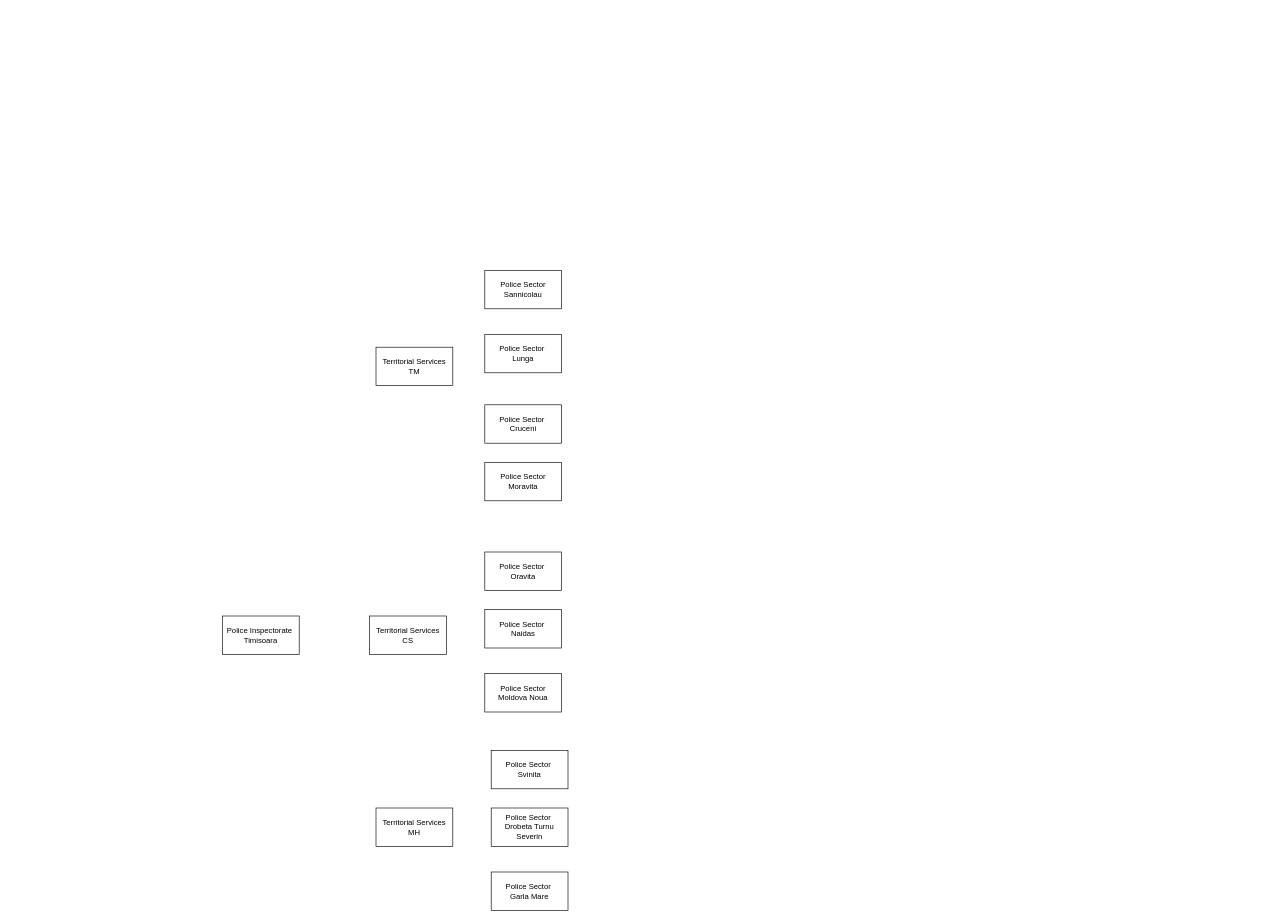
Earlier version of the draw.io diagram for_exam.drawio (andromeda1991/first_db_project). Source tidied: cells renumbered, new cells numbered last; positions are measured from the earlier drawing's top-left corner, leaving out a move shared by most shapes. Both pictures are drawn from the tidied source at 64%, with x=0, y=0 at pixel (222, 270).
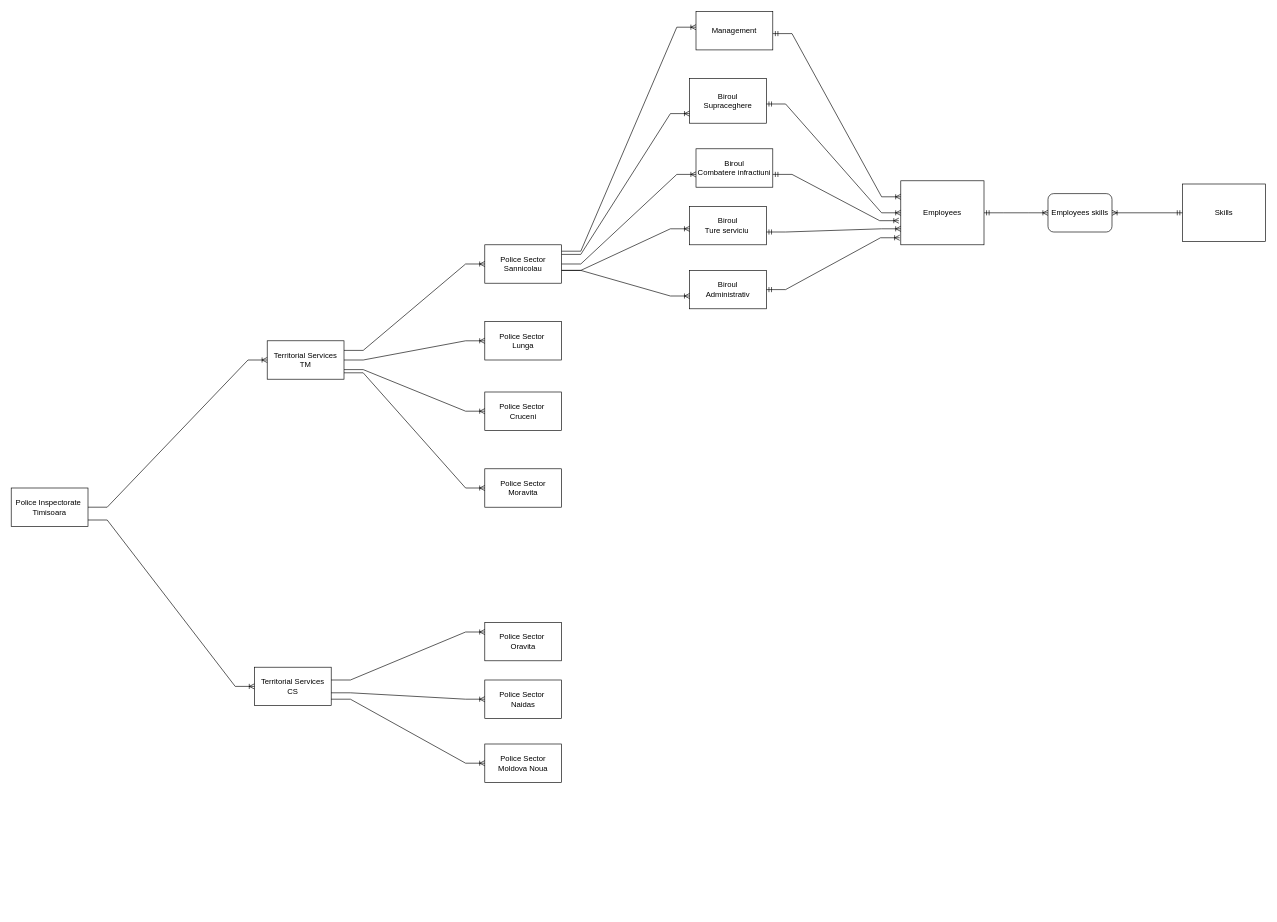
The same diagram, later.

Diff of the diagram source:
```diff
@@
     <mxCell id="2" value="Police Inspectorate&amp;nbsp;&lt;div&gt;Timisoara&lt;/div&gt;" style="rounded=0;whiteSpace=wrap;html=1;" parent="1" vertex="1">
-      <mxGeometry y="540" width="120" height="60" as="geometry" />
+      <mxGeometry x="-330" y="340" width="120" height="60" as="geometry" />
     </mxCell>
     <mxCell id="3" value="Territorial Services&lt;div&gt;&lt;span style=&quot;background-color: transparent; color: light-dark(rgb(0, 0, 0), rgb(255, 255, 255));&quot;&gt;TM&lt;/span&gt;&lt;/div&gt;" style="rounded=0;whiteSpace=wrap;html=1;" parent="1" vertex="1">
-      <mxGeometry x="240" y="120" width="120" height="60" as="geometry" />
+      <mxGeometry x="70" y="110" width="120" height="60" as="geometry" />
     </mxCell>
     <mxCell id="4" value="Territorial Services&lt;div&gt;CS&lt;/div&gt;" style="rounded=0;whiteSpace=wrap;html=1;" parent="1" vertex="1">
-      <mxGeometry x="230" y="540" width="120" height="60" as="geometry" />
+      <mxGeometry x="50" y="620" width="120" height="60" as="geometry" />
     </mxCell>
-    <mxCell id="5" value="Territorial Services&lt;div&gt;MH&lt;/div&gt;" style="rounded=0;whiteSpace=wrap;html=1;" parent="1" vertex="1">
-      <mxGeometry x="240" y="840" width="120" height="60" as="geometry" />
-    </mxCell>
     <mxCell id="6" value="Police Sector Sannicolau" style="rounded=0;whiteSpace=wrap;html=1;" parent="1" vertex="1">
-      <mxGeometry x="410" width="120" height="60" as="geometry" />
+      <mxGeometry x="410" y="-40" width="120" height="60" as="geometry" />
     </mxCell>
     <mxCell id="7" value="Police Sector&amp;nbsp;&lt;div&gt;Lunga&lt;/div&gt;" style="rounded=0;whiteSpace=wrap;html=1;" parent="1" vertex="1">
-      <mxGeometry x="410" y="100" width="120" height="60" as="geometry" />
+      <mxGeometry x="410" y="80" width="120" height="60" as="geometry" />
     </mxCell>
     <mxCell id="8" value="Police Sector Moravita" style="rounded=0;whiteSpace=wrap;html=1;" parent="1" vertex="1">
-      <mxGeometry x="410" y="300" width="120" height="60" as="geometry" />
+      <mxGeometry x="410" y="310" width="120" height="60" as="geometry" />
     </mxCell>
     <mxCell id="9" value="Police Sector&amp;nbsp;&lt;div&gt;Cruceni&lt;/div&gt;" style="rounded=0;whiteSpace=wrap;html=1;" parent="1" vertex="1">
-      <mxGeometry x="410" y="210" width="120" height="60" as="geometry" />
+      <mxGeometry x="410" y="190" width="120" height="60" as="geometry" />
     </mxCell>
     <mxCell id="10" value="Police Sector&amp;nbsp;&lt;div&gt;Oravita&lt;/div&gt;" style="rounded=0;whiteSpace=wrap;html=1;" parent="1" vertex="1">
-      <mxGeometry x="410" y="440" width="120" height="60" as="geometry" />
+      <mxGeometry x="410" y="550" width="120" height="60" as="geometry" />
     </mxCell>
     <mxCell id="11" value="Police Sector Moldova Noua" style="rounded=0;whiteSpace=wrap;html=1;" parent="1" vertex="1">
-      <mxGeometry x="410" y="630" width="120" height="60" as="geometry" />
+      <mxGeometry x="410" y="740" width="120" height="60" as="geometry" />
     </mxCell>
     <mxCell id="12" value="Police Sector&amp;nbsp;&lt;div&gt;Naidas&lt;/div&gt;" style="rounded=0;whiteSpace=wrap;html=1;" parent="1" vertex="1">
-      <mxGeometry x="410" y="530" width="120" height="60" as="geometry" />
+      <mxGeometry x="410" y="640" width="120" height="60" as="geometry" />
     </mxCell>
-    <mxCell id="13" value="Police Sector&amp;nbsp;&lt;div&gt;Svinita&lt;/div&gt;" style="rounded=0;whiteSpace=wrap;html=1;" parent="1" vertex="1">
-      <mxGeometry x="420" y="750" width="120" height="60" as="geometry" />
-    </mxCell>
-    <mxCell id="14" value="Police Sector&amp;nbsp;&lt;div&gt;Garla Mare&lt;/div&gt;" style="rounded=0;whiteSpace=wrap;html=1;" parent="1" vertex="1">
-      <mxGeometry x="420" y="940" width="120" height="60" as="geometry" />
-    </mxCell>
-    <mxCell id="15" value="Police Sector&amp;nbsp;&lt;div&gt;Drobeta Turnu Severin&lt;/div&gt;" style="rounded=0;whiteSpace=wrap;html=1;" parent="1" vertex="1">
-      <mxGeometry x="420" y="840" width="120" height="60" as="geometry" />
-    </mxCell>
+    <mxCell id="16" value="Management" style="rounded=0;whiteSpace=wrap;html=1;" parent="1" vertex="1">
+      <mxGeometry x="740" y="-404.5" width="120" height="60" as="geometry" />
+    </mxCell>
+    <mxCell id="17" value="Biroul&lt;div&gt;Supraceghere&lt;/div&gt;" style="rounded=0;whiteSpace=wrap;html=1;" parent="1" vertex="1">
+      <mxGeometry x="730" y="-300" width="120" height="70" as="geometry" />
+    </mxCell>
+    <mxCell id="18" value="Biroul&lt;div&gt;Combatere infractiuni&lt;/div&gt;" style="rounded=0;whiteSpace=wrap;html=1;" parent="1" vertex="1">
+      <mxGeometry x="740" y="-190" width="120" height="60" as="geometry" />
+    </mxCell>
+    <mxCell id="19" value="Biroul&lt;div&gt;Ture serviciu&amp;nbsp;&lt;/div&gt;" style="rounded=0;whiteSpace=wrap;html=1;" parent="1" vertex="1">
+      <mxGeometry x="730" y="-100" width="120" height="60" as="geometry" />
+    </mxCell>
+    <mxCell id="20" value="Biroul&lt;div&gt;Administrativ&lt;/div&gt;" style="rounded=0;whiteSpace=wrap;html=1;" parent="1" vertex="1">
+      <mxGeometry x="730" width="120" height="60" as="geometry" />
+    </mxCell>
+    <mxCell id="21" value="Employees" style="rounded=0;whiteSpace=wrap;html=1;" parent="1" vertex="1">
+      <mxGeometry x="1060" y="-140" width="130" height="100" as="geometry" />
+    </mxCell>
+    <mxCell id="22" value="Skills" style="rounded=0;whiteSpace=wrap;html=1;" parent="1" vertex="1">
+      <mxGeometry x="1500" y="-135" width="130" height="90" as="geometry" />
+    </mxCell>
+    <mxCell id="23" style="edgeStyle=entityRelationEdgeStyle;fontSize=12;html=1;endArrow=ERoneToMany;rounded=0;entryX=0;entryY=0.5;entryDx=0;entryDy=0;" parent="1" edge="1" target="3">
+      <mxGeometry relative="1" as="geometry">
+        <mxPoint x="-210" y="370" as="sourcePoint" />
+      </mxGeometry>
+    </mxCell>
+    <mxCell id="24" style="edgeStyle=entityRelationEdgeStyle;fontSize=12;html=1;endArrow=ERoneToMany;rounded=0;entryX=0;entryY=0.5;entryDx=0;entryDy=0;" parent="1" edge="1" target="4">
+      <mxGeometry relative="1" as="geometry">
+        <mxPoint x="-210" y="390" as="sourcePoint" />
+      </mxGeometry>
+    </mxCell>
+    <mxCell id="25" style="edgeStyle=entityRelationEdgeStyle;fontSize=12;html=1;endArrow=ERoneToMany;rounded=0;entryX=0;entryY=0.5;entryDx=0;entryDy=0;exitX=1;exitY=0.25;exitDx=0;exitDy=0;" parent="1" edge="1" source="3" target="6">
+      <mxGeometry relative="1" as="geometry">
+        <Array as="points">
+          <mxPoint x="630" y="25" />
+        </Array>
+      </mxGeometry>
+    </mxCell>
+    <mxCell id="26" style="edgeStyle=entityRelationEdgeStyle;fontSize=12;html=1;endArrow=ERoneToMany;rounded=0;entryX=0;entryY=0.5;entryDx=0;entryDy=0;exitX=1;exitY=0.5;exitDx=0;exitDy=0;" parent="1" edge="1" source="3">
+      <mxGeometry relative="1" as="geometry">
+        <mxPoint x="410" y="110" as="targetPoint" />
+        <Array as="points">
+          <mxPoint x="240" y="200" />
+          <mxPoint x="630" y="145" />
+          <mxPoint x="390" y="220" />
+        </Array>
+      </mxGeometry>
+    </mxCell>
+    <mxCell id="27" style="edgeStyle=entityRelationEdgeStyle;fontSize=12;html=1;endArrow=ERoneToMany;rounded=0;entryX=0;entryY=0.5;entryDx=0;entryDy=0;exitX=1;exitY=0.75;exitDx=0;exitDy=0;" parent="1" edge="1" source="3">
+      <mxGeometry relative="1" as="geometry">
+        <mxPoint x="410" y="220" as="targetPoint" />
+        <Array as="points">
+          <mxPoint x="240" y="310" />
+          <mxPoint x="630" y="255" />
+          <mxPoint x="390" y="320" />
+          <mxPoint x="390" y="330" />
+        </Array>
+      </mxGeometry>
+    </mxCell>
+    <mxCell id="28" style="edgeStyle=entityRelationEdgeStyle;fontSize=12;html=1;endArrow=ERoneToMany;rounded=0;entryX=0;entryY=0.5;entryDx=0;entryDy=0;" parent="1" edge="1">
+      <mxGeometry relative="1" as="geometry">
+        <mxPoint x="190" y="160" as="sourcePoint" />
+        <mxPoint x="410" y="340" as="targetPoint" />
+        <Array as="points">
+          <mxPoint x="240" y="430" />
+          <mxPoint x="630" y="375" />
+          <mxPoint x="390" y="440" />
+          <mxPoint x="390" y="450" />
+        </Array>
+      </mxGeometry>
+    </mxCell>
+    <mxCell id="29" style="edgeStyle=entityRelationEdgeStyle;fontSize=12;html=1;endArrow=ERoneToMany;rounded=0;entryX=0;entryY=0.5;entryDx=0;entryDy=0;exitX=1;exitY=0.75;exitDx=0;exitDy=0;" parent="1" edge="1">
+      <mxGeometry relative="1" as="geometry">
+        <mxPoint x="530" as="sourcePoint" />
+        <mxPoint x="730" y="40" as="targetPoint" />
+        <Array as="points">
+          <mxPoint x="560" y="130" />
+          <mxPoint x="950" y="75" />
+          <mxPoint x="710" y="140" />
+          <mxPoint x="710" y="150" />
+        </Array>
+      </mxGeometry>
+    </mxCell>
+    <mxCell id="30" style="edgeStyle=entityRelationEdgeStyle;fontSize=12;html=1;endArrow=ERoneToMany;rounded=0;entryX=0;entryY=0.75;entryDx=0;entryDy=0;exitX=1;exitY=0.75;exitDx=0;exitDy=0;" parent="1" edge="1">
+      <mxGeometry relative="1" as="geometry">
+        <mxPoint x="530" as="sourcePoint" />
+        <mxPoint x="730" y="-65" as="targetPoint" />
+        <Array as="points">
+          <mxPoint x="560" y="130" />
+          <mxPoint x="950" y="75" />
+          <mxPoint x="710" y="140" />
+          <mxPoint x="710" y="150" />
+        </Array>
+      </mxGeometry>
+    </mxCell>
+    <mxCell id="31" style="edgeStyle=entityRelationEdgeStyle;fontSize=12;html=1;endArrow=ERoneToMany;rounded=0;entryX=0;entryY=0.5;entryDx=0;entryDy=0;exitX=1;exitY=0.75;exitDx=0;exitDy=0;" parent="1" edge="1">
+      <mxGeometry relative="1" as="geometry">
+        <mxPoint x="530" y="-10" as="sourcePoint" />
+        <mxPoint x="740" y="-150" as="targetPoint" />
+        <Array as="points">
+          <mxPoint x="560" y="120" />
+          <mxPoint x="950" y="65" />
+          <mxPoint x="710" y="130" />
+          <mxPoint x="710" y="140" />
+        </Array>
+      </mxGeometry>
+    </mxCell>
+    <mxCell id="32" style="edgeStyle=entityRelationEdgeStyle;fontSize=12;html=1;endArrow=ERoneToMany;rounded=0;entryX=0;entryY=0.5;entryDx=0;entryDy=0;exitX=1;exitY=0.25;exitDx=0;exitDy=0;" parent="1" edge="1" source="6">
+      <mxGeometry relative="1" as="geometry">
+        <mxPoint x="730" y="-245" as="targetPoint" />
+        <Array as="points">
+          <mxPoint x="560" y="-155" />
+          <mxPoint x="950" y="-210" />
+          <mxPoint x="710" y="-145" />
+          <mxPoint x="710" y="-135" />
+        </Array>
+      </mxGeometry>
+    </mxCell>
+    <mxCell id="33" style="edgeStyle=entityRelationEdgeStyle;fontSize=12;html=1;endArrow=ERoneToMany;rounded=0;entryX=0;entryY=0.5;entryDx=0;entryDy=0;" parent="1" edge="1">
+      <mxGeometry relative="1" as="geometry">
+        <mxPoint x="530" y="-30" as="sourcePoint" />
+        <mxPoint x="740" y="-380" as="targetPoint" />
+        <Array as="points">
+          <mxPoint x="570" y="-290" />
+          <mxPoint x="570" y="-855" />
+          <mxPoint x="960" y="-345" />
+          <mxPoint x="720" y="-280" />
+          <mxPoint x="720" y="-270" />
+        </Array>
+      </mxGeometry>
+    </mxCell>
+    <mxCell id="34" style="edgeStyle=entityRelationEdgeStyle;fontSize=12;html=1;endArrow=ERoneToMany;rounded=0;entryX=0;entryY=0.25;entryDx=0;entryDy=0;" parent="1" edge="1" target="10">
+      <mxGeometry relative="1" as="geometry">
+        <mxPoint x="170" y="640" as="sourcePoint" />
+      </mxGeometry>
+    </mxCell>
+    <mxCell id="35" style="edgeStyle=entityRelationEdgeStyle;fontSize=12;html=1;endArrow=ERoneToMany;rounded=0;entryX=0;entryY=0.5;entryDx=0;entryDy=0;" parent="1" edge="1" target="12">
+      <mxGeometry relative="1" as="geometry">
+        <mxPoint x="170" y="660" as="sourcePoint" />
+      </mxGeometry>
+    </mxCell>
+    <mxCell id="36" style="edgeStyle=entityRelationEdgeStyle;fontSize=12;html=1;endArrow=ERoneToMany;rounded=0;entryX=0;entryY=0.5;entryDx=0;entryDy=0;" parent="1" edge="1" target="11">
+      <mxGeometry relative="1" as="geometry">
+        <mxPoint x="170" y="670" as="sourcePoint" />
+      </mxGeometry>
+    </mxCell>
+    <mxCell id="37" value="Employees skills" style="rounded=1;whiteSpace=wrap;html=1;" parent="1" vertex="1">
+      <mxGeometry x="1290" y="-120" width="100" height="60" as="geometry" />
+    </mxCell>
+    <mxCell id="38" style="edgeStyle=entityRelationEdgeStyle;fontSize=12;html=1;endArrow=ERoneToMany;startArrow=ERmandOne;rounded=0;entryX=0;entryY=0.5;entryDx=0;entryDy=0;" parent="1" edge="1" target="21">
+      <mxGeometry relative="1" as="geometry">
+        <mxPoint x="850" y="-260" as="sourcePoint" />
+      </mxGeometry>
+    </mxCell>
+    <mxCell id="39" style="edgeStyle=entityRelationEdgeStyle;fontSize=12;html=1;endArrow=ERoneToMany;startArrow=ERmandOne;rounded=0;entryX=-0.023;entryY=0.623;entryDx=0;entryDy=0;entryPerimeter=0;" parent="1" edge="1" target="21">
+      <mxGeometry relative="1" as="geometry">
+        <mxPoint x="860" y="-150" as="sourcePoint" />
+      </mxGeometry>
+    </mxCell>
+    <mxCell id="40" style="edgeStyle=entityRelationEdgeStyle;fontSize=12;html=1;endArrow=ERoneToMany;startArrow=ERmandOne;rounded=0;entryX=0;entryY=0.75;entryDx=0;entryDy=0;" parent="1" edge="1" target="21">
+      <mxGeometry relative="1" as="geometry">
+        <mxPoint x="850" y="-60" as="sourcePoint" />
+      </mxGeometry>
+    </mxCell>
+    <mxCell id="41" style="edgeStyle=entityRelationEdgeStyle;fontSize=12;html=1;endArrow=ERoneToMany;startArrow=ERmandOne;rounded=0;entryX=-0.013;entryY=0.89;entryDx=0;entryDy=0;entryPerimeter=0;" parent="1" edge="1" target="21">
+      <mxGeometry relative="1" as="geometry">
+        <mxPoint x="850" y="30" as="sourcePoint" />
+      </mxGeometry>
+    </mxCell>
+    <mxCell id="42" style="edgeStyle=entityRelationEdgeStyle;fontSize=12;html=1;endArrow=ERoneToMany;startArrow=ERmandOne;rounded=0;entryX=0;entryY=0.25;entryDx=0;entryDy=0;" parent="1" edge="1" target="21">
+      <mxGeometry relative="1" as="geometry">
+        <mxPoint x="860" y="-370" as="sourcePoint" />
+      </mxGeometry>
+    </mxCell>
+    <mxCell id="43" style="edgeStyle=entityRelationEdgeStyle;fontSize=12;html=1;endArrow=ERoneToMany;startArrow=ERmandOne;rounded=0;entryX=0;entryY=0.5;entryDx=0;entryDy=0;" parent="1" edge="1" target="37">
+      <mxGeometry relative="1" as="geometry">
+        <mxPoint x="1190" y="-90" as="sourcePoint" />
+        <Array as="points">
+          <mxPoint x="1250" y="-130" />
+        </Array>
+      </mxGeometry>
+    </mxCell>
+    <mxCell id="44" style="fontSize=12;html=1;endArrow=ERoneToMany;startArrow=ERmandOne;rounded=0;entryX=1;entryY=0.5;entryDx=0;entryDy=0;exitX=0;exitY=0.5;exitDx=0;exitDy=0;" parent="1" edge="1" source="22" target="37">
+      <mxGeometry relative="1" as="geometry" />
+    </mxCell>
```
